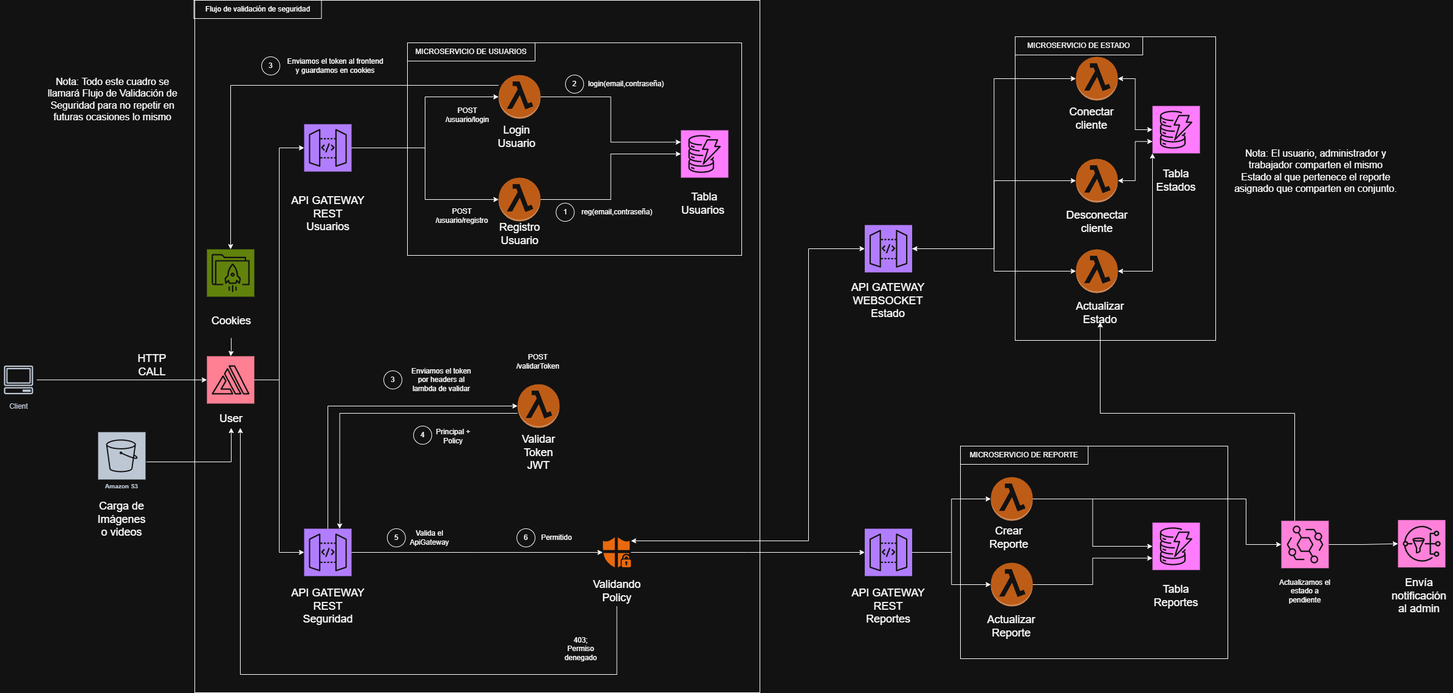
This is Hackathon-Página-1.drawio.png from SalvadorHilares/Hackathon-Utec, a draw.io export, as it was before one commit. Source tidied: cells renumbered, new cells last; positions are measured from the earlier drawing's top-left corner, leaving out a move shared by most shapes.
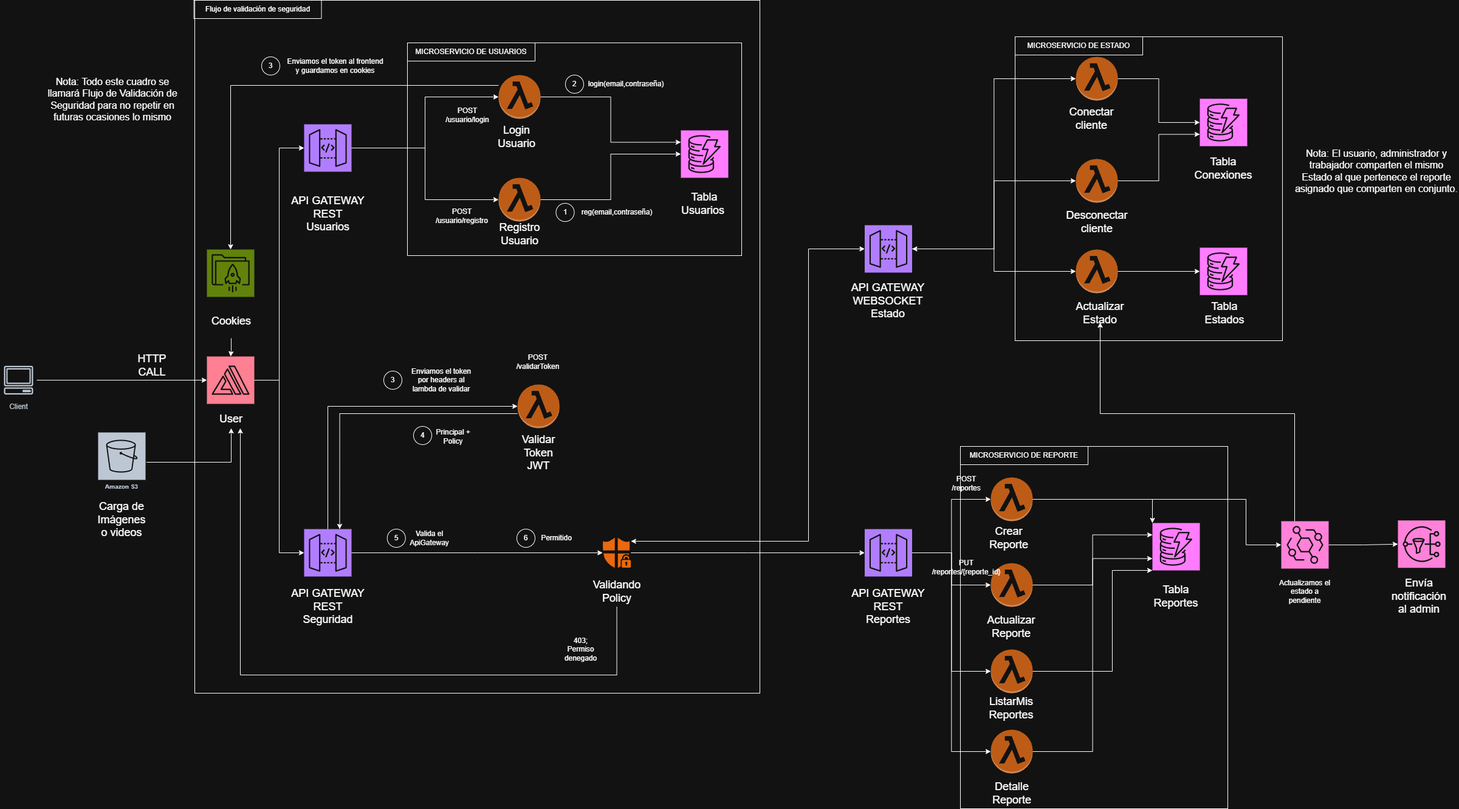
The same file after the commit.

Diff of the diagram source:
```diff
@@ -203,7 +203,7 @@
       <mxGeometry x="318.5" width="210" height="30" as="geometry" />
     </mxCell>
     <mxCell id="63" style="rounded=0;whiteSpace=wrap;html=1;" parent="1" vertex="1">
-      <mxGeometry x="1580" y="734" width="440" height="350" as="geometry" />
+      <mxGeometry x="1580" y="734" width="440" height="596" as="geometry" />
     </mxCell>
     <mxCell id="64" style="outlineConnect=0;dashed=0;verticalLabelPosition=bottom;verticalAlign=top;align=center;html=1;shape=mxgraph.aws3.lambda_function;fillColor=#F58534;gradientColor=none;" parent="1" vertex="1">
       <mxGeometry x="1630" y="785" width="69" height="72" as="geometry" />
@@ -223,7 +223,7 @@
     <mxCell id="69" value="&lt;div&gt;Tabla Reportes&lt;/div&gt;" style="text;html=1;whiteSpace=wrap;strokeColor=none;fillColor=none;align=center;verticalAlign=middle;rounded=0;fontSize=18;" parent="1" vertex="1">
       <mxGeometry x="1880" y="946" width="110" height="70" as="geometry" />
     </mxCell>
-    <mxCell id="70" style="edgeStyle=orthogonalEdgeStyle;rounded=0;jettySize=auto;html=1;entryX=0;entryY=0.5;entryDx=0;entryDy=0;entryPerimeter=0;" parent="1" edge="1" source="64" target="68">
+    <mxCell id="70" style="edgeStyle=orthogonalEdgeStyle;rounded=0;jettySize=auto;html=1;entryX=0;entryY=0;entryDx=0;entryDy=0;entryPerimeter=0;" parent="1" edge="1" source="64" target="68">
       <mxGeometry relative="1" as="geometry" />
     </mxCell>
     <mxCell id="71" style="sketch=0;points=[[0,0,0],[0.25,0,0],[0.5,0,0],[0.75,0,0],[1,0,0],[0,1,0],[0.25,1,0],[0.5,1,0],[0.75,1,0],[1,1,0],[0,0.25,0],[0,0.5,0],[0,0.75,0],[1,0.25,0],[1,0.5,0],[1,0.75,0]];outlineConnect=0;fontColor=#232F3E;fillColor=#E7157B;strokeColor=#ffffff;dashed=0;verticalLabelPosition=bottom;verticalAlign=top;align=center;html=1;fontSize=12;fontStyle=0;shape=mxgraph.aws4.resourceIcon;resIcon=mxgraph.aws4.eventbridge;" parent="1" vertex="1">
@@ -238,7 +238,7 @@
     <mxCell id="74" style="edgeStyle=orthogonalEdgeStyle;rounded=0;jettySize=auto;html=1;entryX=0;entryY=0.5;entryDx=0;entryDy=0;entryPerimeter=0;" parent="1" edge="1" source="55" target="72">
       <mxGeometry relative="1" as="geometry" />
     </mxCell>
-    <mxCell id="75" style="edgeStyle=orthogonalEdgeStyle;rounded=0;jettySize=auto;html=1;entryX=0;entryY=0.75;entryDx=0;entryDy=0;entryPerimeter=0;" parent="1" edge="1" source="72" target="68">
+    <mxCell id="75" style="edgeStyle=orthogonalEdgeStyle;rounded=0;jettySize=auto;html=1;entryX=0;entryY=0.25;entryDx=0;entryDy=0;entryPerimeter=0;" parent="1" edge="1" source="72" target="68">
       <mxGeometry relative="1" as="geometry" />
     </mxCell>
     <mxCell id="76" style="sketch=0;points=[[0,0,0],[0.25,0,0],[0.5,0,0],[0.75,0,0],[1,0,0],[0,1,0],[0.25,1,0],[0.5,1,0],[0.75,1,0],[1,1,0],[0,0.25,0],[0,0.5,0],[0,0.75,0],[1,0.25,0],[1,0.5,0],[1,0.75,0]];outlineConnect=0;fontColor=#232F3E;fillColor=#8C4FFF;strokeColor=#ffffff;dashed=0;verticalLabelPosition=bottom;verticalAlign=top;align=center;html=1;fontSize=12;fontStyle=0;shape=mxgraph.aws4.resourceIcon;resIcon=mxgraph.aws4.api_gateway;" parent="1" vertex="1">
@@ -256,7 +256,7 @@
       </mxGeometry>
     </mxCell>
     <mxCell id="79" style="rounded=0;whiteSpace=wrap;html=1;" parent="1" vertex="1">
-      <mxGeometry x="1670" y="60" width="330" height="500" as="geometry" />
+      <mxGeometry x="1670" y="60" width="440" height="500" as="geometry" />
     </mxCell>
     <mxCell id="80" style="outlineConnect=0;dashed=0;verticalLabelPosition=bottom;verticalAlign=top;align=center;html=1;shape=mxgraph.aws3.lambda_function;fillColor=#F58534;gradientColor=none;" parent="1" vertex="1">
       <mxGeometry x="1770" y="93" width="69" height="72" as="geometry" />
@@ -268,23 +268,17 @@
       <mxGeometry x="1670" y="60" width="210" height="30" as="geometry" />
     </mxCell>
     <mxCell id="83" style="sketch=0;points=[[0,0,0],[0.25,0,0],[0.5,0,0],[0.75,0,0],[1,0,0],[0,1,0],[0.25,1,0],[0.5,1,0],[0.75,1,0],[1,1,0],[0,0.25,0],[0,0.5,0],[0,0.75,0],[1,0.25,0],[1,0.5,0],[1,0.75,0]];outlineConnect=0;fontColor=#232F3E;fillColor=#C925D1;strokeColor=#ffffff;dashed=0;verticalLabelPosition=bottom;verticalAlign=top;align=center;html=1;fontSize=12;fontStyle=0;shape=mxgraph.aws4.resourceIcon;resIcon=mxgraph.aws4.dynamodb;" parent="1" vertex="1">
-      <mxGeometry x="1896" y="174" width="78" height="78" as="geometry" />
+      <mxGeometry x="1974" y="407" width="78" height="78" as="geometry" />
     </mxCell>
     <mxCell id="84" value="&lt;div&gt;Tabla Estados&lt;/div&gt;" style="text;html=1;whiteSpace=wrap;strokeColor=none;fillColor=none;align=center;verticalAlign=middle;rounded=0;fontSize=18;" parent="1" vertex="1">
-      <mxGeometry x="1880" y="262" width="110" height="70" as="geometry" />
+      <mxGeometry x="1960" y="480" width="110" height="70" as="geometry" />
     </mxCell>
-    <mxCell id="85" style="edgeStyle=orthogonalEdgeStyle;rounded=0;jettySize=auto;html=1;entryX=0;entryY=0.5;entryDx=0;entryDy=0;entryPerimeter=0;startArrow=classic;startFill=1;" parent="1" edge="1" source="80" target="83">
-      <mxGeometry relative="1" as="geometry" />
-    </mxCell>
     <mxCell id="86" style="outlineConnect=0;dashed=0;verticalLabelPosition=bottom;verticalAlign=top;align=center;html=1;shape=mxgraph.aws3.lambda_function;fillColor=#F58534;gradientColor=none;" parent="1" vertex="1">
       <mxGeometry x="1770" y="261" width="69" height="72" as="geometry" />
     </mxCell>
     <mxCell id="87" value="Desconectar cliente" style="text;html=1;whiteSpace=wrap;strokeColor=none;fillColor=none;align=center;verticalAlign=middle;rounded=0;fontSize=18;" parent="1" vertex="1">
       <mxGeometry x="1774.5" y="350" width="60" height="30" as="geometry" />
     </mxCell>
-    <mxCell id="88" style="edgeStyle=orthogonalEdgeStyle;rounded=0;jettySize=auto;html=1;entryX=0;entryY=0.75;entryDx=0;entryDy=0;entryPerimeter=0;startArrow=classic;startFill=1;" parent="1" edge="1" source="86" target="83">
-      <mxGeometry relative="1" as="geometry" />
-    </mxCell>
     <mxCell id="89" style="edgeStyle=orthogonalEdgeStyle;rounded=0;jettySize=auto;html=1;entryX=0;entryY=0.5;entryDx=0;entryDy=0;entryPerimeter=0;startArrow=classic;startFill=1;" parent="1" edge="1" source="76" target="80">
       <mxGeometry relative="1" as="geometry" />
     </mxCell>
@@ -294,9 +288,6 @@
     <mxCell id="91" value="Actualizar Estado" style="text;html=1;whiteSpace=wrap;strokeColor=none;fillColor=none;align=center;verticalAlign=middle;rounded=0;fontSize=18;" parent="1" vertex="1">
       <mxGeometry x="1780" y="500" width="60" height="30" as="geometry" />
     </mxCell>
-    <mxCell id="92" style="edgeStyle=orthogonalEdgeStyle;rounded=0;jettySize=auto;html=1;entryX=0;entryY=1;entryDx=0;entryDy=0;entryPerimeter=0;startArrow=classic;startFill=1;" parent="1" edge="1" source="90" target="83">
-      <mxGeometry relative="1" as="geometry" />
-    </mxCell>
     <mxCell id="93" style="edgeStyle=orthogonalEdgeStyle;rounded=0;jettySize=auto;html=1;entryX=0;entryY=0.5;entryDx=0;entryDy=0;entryPerimeter=0;" parent="1" edge="1" source="76" target="90">
       <mxGeometry relative="1" as="geometry" />
     </mxCell>
@@ -329,7 +320,7 @@
       <mxGeometry x="2280" y="946" width="110" height="70" as="geometry" />
     </mxCell>
     <mxCell id="100" value="&lt;font style=&quot;font-size: 16px;&quot;&gt;Nota: El usuario, administrador y trabajador comparten el mismo Estado al que pertenece el reporte asignado que comparten en conjunto.&lt;/font&gt;" style="text;html=1;whiteSpace=wrap;strokeColor=none;fillColor=none;align=center;verticalAlign=middle;rounded=0;" parent="1" vertex="1">
-      <mxGeometry x="2030" y="228" width="270" height="106" as="geometry" />
+      <mxGeometry x="2130" y="228" width="270" height="106" as="geometry" />
     </mxCell>
     <mxCell id="101" value="&lt;font style=&quot;font-size: 16px;&quot;&gt;Nota: Todo este cuadro se llamará Flujo de Validación de Seguridad para no repetir en futuras ocasiones lo mismo&lt;/font&gt;" style="text;html=1;whiteSpace=wrap;strokeColor=none;fillColor=none;align=center;verticalAlign=middle;rounded=0;" parent="1" vertex="1">
       <mxGeometry x="70" y="110" width="230" height="106" as="geometry" />
@@ -337,5 +328,55 @@
     <mxCell id="102" value="Actualizamos el estado a pendiente" style="text;html=1;whiteSpace=wrap;strokeColor=none;fillColor=none;align=center;verticalAlign=middle;rounded=0;" parent="1" vertex="1">
       <mxGeometry x="2100" y="958" width="94" height="30" as="geometry" />
     </mxCell>
+    <mxCell id="103" value="&lt;div&gt;POST /reportes&lt;/div&gt;" style="text;html=1;whiteSpace=wrap;strokeColor=none;fillColor=none;align=center;verticalAlign=middle;rounded=0;" parent="1" vertex="1">
+      <mxGeometry x="1560" y="780" width="60" height="30" as="geometry" />
+    </mxCell>
+    <mxCell id="104" value="&lt;div&gt;PUT&lt;/div&gt;&lt;div&gt;/reportes/{reporte_id}&lt;/div&gt;" style="text;html=1;whiteSpace=wrap;strokeColor=none;fillColor=none;align=center;verticalAlign=middle;rounded=0;" parent="1" vertex="1">
+      <mxGeometry x="1560" y="918" width="60" height="30" as="geometry" />
+    </mxCell>
+    <mxCell id="92" style="edgeStyle=orthogonalEdgeStyle;rounded=0;jettySize=auto;html=1;entryX=0;entryY=0.5;entryDx=0;entryDy=0;entryPerimeter=0;" parent="1" edge="1" source="90" target="83">
+      <mxGeometry relative="1" as="geometry" />
+    </mxCell>
+    <mxCell id="105" style="sketch=0;points=[[0,0,0],[0.25,0,0],[0.5,0,0],[0.75,0,0],[1,0,0],[0,1,0],[0.25,1,0],[0.5,1,0],[0.75,1,0],[1,1,0],[0,0.25,0],[0,0.5,0],[0,0.75,0],[1,0.25,0],[1,0.5,0],[1,0.75,0]];outlineConnect=0;fontColor=#232F3E;fillColor=#C925D1;strokeColor=#ffffff;dashed=0;verticalLabelPosition=bottom;verticalAlign=top;align=center;html=1;fontSize=12;fontStyle=0;shape=mxgraph.aws4.resourceIcon;resIcon=mxgraph.aws4.dynamodb;" parent="1" vertex="1">
+      <mxGeometry x="1974" y="162" width="78" height="78" as="geometry" />
+    </mxCell>
+    <mxCell id="106" value="&lt;font style=&quot;font-size: 18px;&quot;&gt;Tabla Conexiones&lt;/font&gt;" style="text;html=1;whiteSpace=wrap;strokeColor=none;fillColor=none;align=center;verticalAlign=middle;rounded=0;" parent="1" vertex="1">
+      <mxGeometry x="1983" y="262" width="60" height="30" as="geometry" />
+    </mxCell>
+    <mxCell id="107" style="edgeStyle=orthogonalEdgeStyle;rounded=0;jettySize=auto;html=1;entryX=0;entryY=0.5;entryDx=0;entryDy=0;entryPerimeter=0;" parent="1" edge="1" source="80" target="105">
+      <mxGeometry relative="1" as="geometry" />
+    </mxCell>
+    <mxCell id="108" style="edgeStyle=orthogonalEdgeStyle;rounded=0;jettySize=auto;html=1;entryX=0;entryY=0.75;entryDx=0;entryDy=0;entryPerimeter=0;" parent="1" edge="1" source="86" target="105">
+      <mxGeometry relative="1" as="geometry" />
+    </mxCell>
+    <mxCell id="109" style="outlineConnect=0;dashed=0;verticalLabelPosition=bottom;verticalAlign=top;align=center;html=1;shape=mxgraph.aws3.lambda_function;fillColor=#F58534;gradientColor=none;" parent="1" vertex="1">
+      <mxGeometry x="1630" y="1068" width="69" height="72" as="geometry" />
+    </mxCell>
+    <mxCell id="110" value="ListarMis Reportes" style="text;html=1;whiteSpace=wrap;strokeColor=none;fillColor=none;align=center;verticalAlign=middle;rounded=0;fontSize=18;" parent="1" vertex="1">
+      <mxGeometry x="1634" y="1150" width="60" height="30" as="geometry" />
+    </mxCell>
+    <mxCell id="111" style="edgeStyle=orthogonalEdgeStyle;rounded=0;jettySize=auto;html=1;entryX=0;entryY=1;entryDx=0;entryDy=0;entryPerimeter=0;" parent="1" edge="1" source="109" target="68">
+      <mxGeometry relative="1" as="geometry">
+        <Array as="points">
+          <mxPoint x="1830" y="1104" />
+          <mxPoint x="1830" y="938" />
+        </Array>
+      </mxGeometry>
+    </mxCell>
+    <mxCell id="112" style="edgeStyle=orthogonalEdgeStyle;rounded=0;jettySize=auto;html=1;entryX=0;entryY=0.5;entryDx=0;entryDy=0;entryPerimeter=0;" parent="1" edge="1" source="55" target="109">
+      <mxGeometry relative="1" as="geometry" />
+    </mxCell>
+    <mxCell id="113" style="outlineConnect=0;dashed=0;verticalLabelPosition=bottom;verticalAlign=top;align=center;html=1;shape=mxgraph.aws3.lambda_function;fillColor=#F58534;gradientColor=none;" parent="1" vertex="1">
+      <mxGeometry x="1630" y="1200" width="69" height="72" as="geometry" />
+    </mxCell>
+    <mxCell id="114" value="Detalle Reporte" style="text;html=1;whiteSpace=wrap;strokeColor=none;fillColor=none;align=center;verticalAlign=middle;rounded=0;fontSize=18;" parent="1" vertex="1">
+      <mxGeometry x="1634.5" y="1290" width="60" height="30" as="geometry" />
+    </mxCell>
+    <mxCell id="115" style="edgeStyle=orthogonalEdgeStyle;rounded=0;jettySize=auto;html=1;entryX=0;entryY=0.5;entryDx=0;entryDy=0;entryPerimeter=0;" parent="1" edge="1" source="55" target="113">
+      <mxGeometry relative="1" as="geometry" />
+    </mxCell>
+    <mxCell id="116" style="edgeStyle=orthogonalEdgeStyle;rounded=0;jettySize=auto;html=1;entryX=0;entryY=0.75;entryDx=0;entryDy=0;entryPerimeter=0;" parent="1" edge="1" source="113" target="68">
+      <mxGeometry relative="1" as="geometry" />
+    </mxCell>
   </root>
 </mxGraphModel>
```
